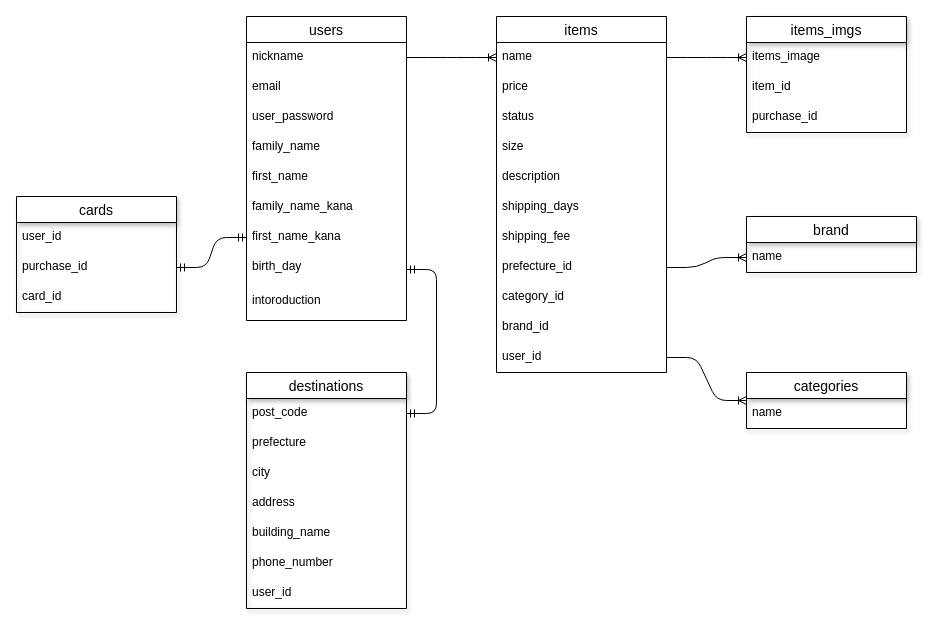
Earlier version of the draw.io diagram test.dio (raytakekawa/furima-35201). Source tidied: cells renumbered, new cells numbered last; positions are measured from the earlier drawing's top-left corner, leaving out a move shared by most shapes. Both pictures are drawn from the tidied source at 100%, with x=0, y=0 at pixel (16, 16).
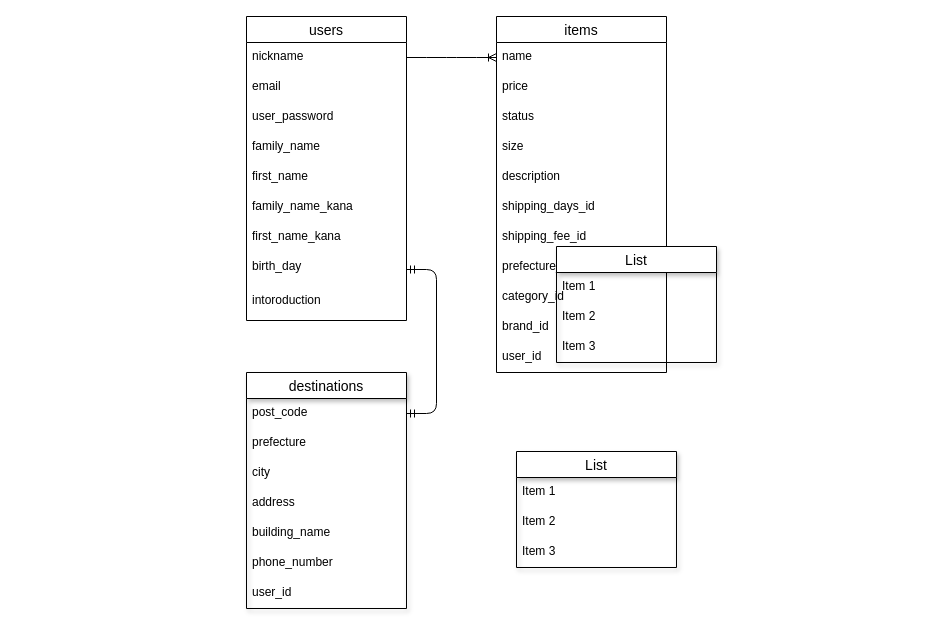
Above is the later version.

Commit message (it also covers changes not shown here):
レビューを受けての訂正③

The change refers to these unchanged cells:
```xml
<mxCell id="9" value="first_name_kana&#10;" style="text;strokeColor=none;fillColor=none;spacingLeft=4;spacingRight=4;overflow=hidden;points=[[0,0.5],[1,0.5]];portConstraint=eastwest;fontSize=12;rounded=0;shadow=1;sketch=0;startSize=26;" parent="2" vertex="1">
  <mxGeometry y="206" width="160" height="30" as="geometry" />
</mxCell>
<mxCell id="12" value="items" style="swimlane;fontStyle=0;horizontal=1;startSize=26;align=center;fontSize=14;rounded=0;sketch=0;" parent="1" vertex="1">
  <mxGeometry x="480" width="170" height="356" as="geometry" />
</mxCell>
<mxCell id="13" value="name" style="text;strokeColor=none;fillColor=none;spacingLeft=4;spacingRight=4;overflow=hidden;points=[[0,0.5],[1,0.5]];portConstraint=eastwest;fontSize=12;" parent="12" vertex="1">
  <mxGeometry y="26" width="170" height="30" as="geometry" />
</mxCell>
<mxCell id="20" value="prefecture_id" style="text;strokeColor=none;fillColor=none;spacingLeft=4;spacingRight=4;overflow=hidden;points=[[0,0.5],[1,0.5]];portConstraint=eastwest;fontSize=12;" parent="12" vertex="1">
  <mxGeometry y="236" width="170" height="30" as="geometry" />
</mxCell>
<mxCell id="23" value="user_id" style="text;strokeColor=none;fillColor=none;spacingLeft=4;spacingRight=4;overflow=hidden;points=[[0,0.5],[1,0.5]];portConstraint=eastwest;fontSize=12;" parent="12" vertex="1">
  <mxGeometry y="326" width="170" height="30" as="geometry" />
</mxCell>
```

Change to the diagram source:
```diff
@@
-    <mxCell id="18" value="shipping_days" style="text;strokeColor=none;fillColor=none;spacingLeft=4;spacingRight=4;overflow=hidden;fontSize=12;" parent="12" vertex="1">
+    <mxCell id="18" value="shipping_days_id" style="text;strokeColor=none;fillColor=none;spacingLeft=4;spacingRight=4;overflow=hidden;fontSize=12;" parent="12" vertex="1">
       <mxGeometry y="176" width="170" height="30" as="geometry" />
     </mxCell>
-    <mxCell id="19" value="shipping_fee" style="text;strokeColor=none;fillColor=none;spacingLeft=4;spacingRight=4;overflow=hidden;fontSize=12;" parent="12" vertex="1">
+    <mxCell id="19" value="shipping_fee_id" style="text;strokeColor=none;fillColor=none;spacingLeft=4;spacingRight=4;overflow=hidden;fontSize=12;" parent="12" vertex="1">
       <mxGeometry y="206" width="170" height="30" as="geometry" />
     </mxCell>
@@
-    <mxCell id="24" value="brand" style="swimlane;fontStyle=0;horizontal=1;startSize=26;align=center;fontSize=14;rounded=0;shadow=1;sketch=0;" parent="1" vertex="1">
-      <mxGeometry x="730" y="200" width="170" height="56" as="geometry" />
-    </mxCell>
-    <mxCell id="25" value="name" style="text;strokeColor=none;fillColor=none;spacingLeft=4;spacingRight=4;overflow=hidden;points=[[0,0.5],[1,0.5]];portConstraint=eastwest;fontSize=12;" parent="24" vertex="1">
-      <mxGeometry y="26" width="170" height="30" as="geometry" />
-    </mxCell>
@@
-    <mxCell id="34" value="cards" style="swimlane;fontStyle=0;horizontal=1;startSize=26;align=center;fontSize=14;rounded=0;shadow=1;sketch=0;" parent="1" vertex="1">
-      <mxGeometry y="180" width="160" height="116" as="geometry" />
-    </mxCell>
-    <mxCell id="35" value="user_id" style="text;strokeColor=none;fillColor=none;spacingLeft=4;spacingRight=4;overflow=hidden;fontSize=12;" parent="34" vertex="1">
-      <mxGeometry y="26" width="160" height="30" as="geometry" />
-    </mxCell>
-    <mxCell id="36" value="purchase_id" style="text;strokeColor=none;fillColor=none;spacingLeft=4;spacingRight=4;overflow=hidden;points=[[0,0.5],[1,0.5]];portConstraint=eastwest;fontSize=12;" parent="34" vertex="1">
-      <mxGeometry y="56" width="160" height="30" as="geometry" />
-    </mxCell>
-    <mxCell id="37" value="card_id" style="text;strokeColor=none;fillColor=none;spacingLeft=4;spacingRight=4;overflow=hidden;fontSize=12;" parent="34" vertex="1">
-      <mxGeometry y="86" width="160" height="30" as="geometry" />
-    </mxCell>
-    <mxCell id="38" value="items_imgs" style="swimlane;fontStyle=0;horizontal=1;startSize=26;align=center;fontSize=14;rounded=0;shadow=1;sketch=0;" parent="1" vertex="1">
-      <mxGeometry x="730" width="160" height="116" as="geometry" />
-    </mxCell>
-    <mxCell id="39" value="items_image" style="text;strokeColor=none;fillColor=none;spacingLeft=4;spacingRight=4;overflow=hidden;points=[[0,0.5],[1,0.5]];portConstraint=eastwest;fontSize=12;" parent="38" vertex="1">
-      <mxGeometry y="26" width="160" height="30" as="geometry" />
-    </mxCell>
-    <mxCell id="40" value="item_id" style="text;strokeColor=none;fillColor=none;spacingLeft=4;spacingRight=4;overflow=hidden;fontSize=12;" parent="38" vertex="1">
-      <mxGeometry y="56" width="160" height="30" as="geometry" />
-    </mxCell>
-    <mxCell id="41" value="purchase_id" style="text;strokeColor=none;fillColor=none;spacingLeft=4;spacingRight=4;overflow=hidden;fontSize=12;" parent="38" vertex="1">
-      <mxGeometry y="86" width="160" height="30" as="geometry" />
-    </mxCell>
-    <mxCell id="42" value="categories" style="swimlane;fontStyle=0;horizontal=1;startSize=26;align=center;fontSize=14;rounded=0;shadow=1;sketch=0;" parent="1" vertex="1">
-      <mxGeometry x="730" y="356" width="160" height="56" as="geometry" />
-    </mxCell>
-    <mxCell id="43" value="name" style="text;strokeColor=none;fillColor=none;spacingLeft=4;spacingRight=4;overflow=hidden;fontSize=12;" parent="42" vertex="1">
-      <mxGeometry y="26" width="160" height="30" as="geometry" />
-    </mxCell>
@@
-    <mxCell id="45" style="edgeStyle=entityRelationEdgeStyle;fontSize=12;html=1;endArrow=ERoneToMany;entryX=0;entryY=0.5;entryDx=0;entryDy=0;exitX=1;exitY=0.5;exitDx=0;exitDy=0;" parent="1" edge="1" source="13" target="39">
-      <mxGeometry relative="1" as="geometry" />
-    </mxCell>
-    <mxCell id="46" style="edgeStyle=entityRelationEdgeStyle;fontSize=12;html=1;endArrow=ERoneToMany;entryX=0;entryY=0.5;entryDx=0;entryDy=0;exitX=1;exitY=0.5;exitDx=0;exitDy=0;" parent="1" edge="1" source="20" target="25">
-      <mxGeometry relative="1" as="geometry" />
-    </mxCell>
-    <mxCell id="47" style="edgeStyle=entityRelationEdgeStyle;fontSize=12;html=1;endArrow=ERoneToMany;entryX=0;entryY=0.5;entryDx=0;entryDy=0;exitX=1;exitY=0.5;exitDx=0;exitDy=0;" parent="1" edge="1" source="23" target="42">
-      <mxGeometry relative="1" as="geometry" />
-    </mxCell>
-    <mxCell id="48" style="edgeStyle=entityRelationEdgeStyle;fontSize=12;html=1;endArrow=ERmandOne;startArrow=ERmandOne;entryX=0;entryY=0.5;entryDx=0;entryDy=0;exitX=1;exitY=0.5;exitDx=0;exitDy=0;" parent="1" edge="1" source="36" target="9">
-      <mxGeometry relative="1" as="geometry" />
-    </mxCell>
@@
+    <mxCell id="50" value="List" style="swimlane;fontStyle=0;horizontal=1;startSize=26;align=center;fontSize=14;rounded=0;shadow=1;sketch=0;" parent="1" vertex="1">
+      <mxGeometry x="540" y="230" width="160" height="116" as="geometry" />
+    </mxCell>
+    <mxCell id="51" value="Item 1" style="text;strokeColor=none;fillColor=none;spacingLeft=4;spacingRight=4;overflow=hidden;fontSize=12;" parent="50" vertex="1">
+      <mxGeometry y="26" width="160" height="30" as="geometry" />
+    </mxCell>
+    <mxCell id="52" value="Item 2" style="text;strokeColor=none;fillColor=none;spacingLeft=4;spacingRight=4;overflow=hidden;fontSize=12;" parent="50" vertex="1">
+      <mxGeometry y="56" width="160" height="30" as="geometry" />
+    </mxCell>
+    <mxCell id="53" value="Item 3" style="text;strokeColor=none;fillColor=none;spacingLeft=4;spacingRight=4;overflow=hidden;fontSize=12;" parent="50" vertex="1">
+      <mxGeometry y="86" width="160" height="30" as="geometry" />
+    </mxCell>
+    <mxCell id="54" value="List" style="swimlane;fontStyle=0;horizontal=1;startSize=26;align=center;fontSize=14;rounded=0;shadow=1;sketch=0;" parent="1" vertex="1">
+      <mxGeometry x="500" y="435" width="160" height="116" as="geometry" />
+    </mxCell>
+    <mxCell id="55" value="Item 1" style="text;strokeColor=none;fillColor=none;spacingLeft=4;spacingRight=4;overflow=hidden;fontSize=12;" parent="54" vertex="1">
+      <mxGeometry y="26" width="160" height="30" as="geometry" />
+    </mxCell>
+    <mxCell id="56" value="Item 2" style="text;strokeColor=none;fillColor=none;spacingLeft=4;spacingRight=4;overflow=hidden;fontSize=12;" parent="54" vertex="1">
+      <mxGeometry y="56" width="160" height="30" as="geometry" />
+    </mxCell>
+    <mxCell id="57" value="Item 3" style="text;strokeColor=none;fillColor=none;spacingLeft=4;spacingRight=4;overflow=hidden;fontSize=12;" parent="54" vertex="1">
+      <mxGeometry y="86" width="160" height="30" as="geometry" />
+    </mxCell>
```
